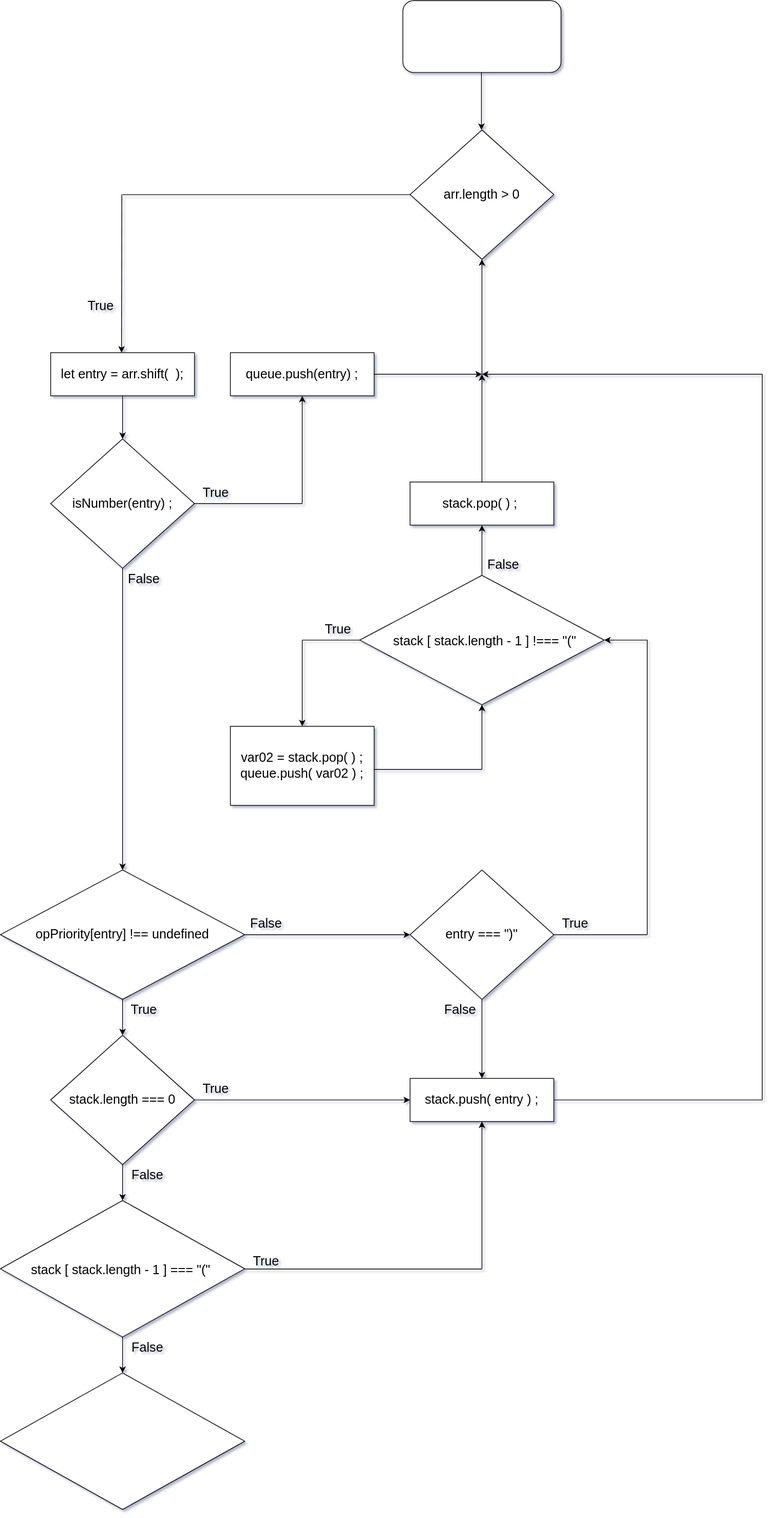
This is Untitled Diagram.drawio.svg from jcgm3205/jcgm3205, a draw.io export, as it was before one commit. Source tidied: cells renumbered, new cells last; positions are measured from the earlier drawing's top-left corner, leaving out a move shared by most shapes.
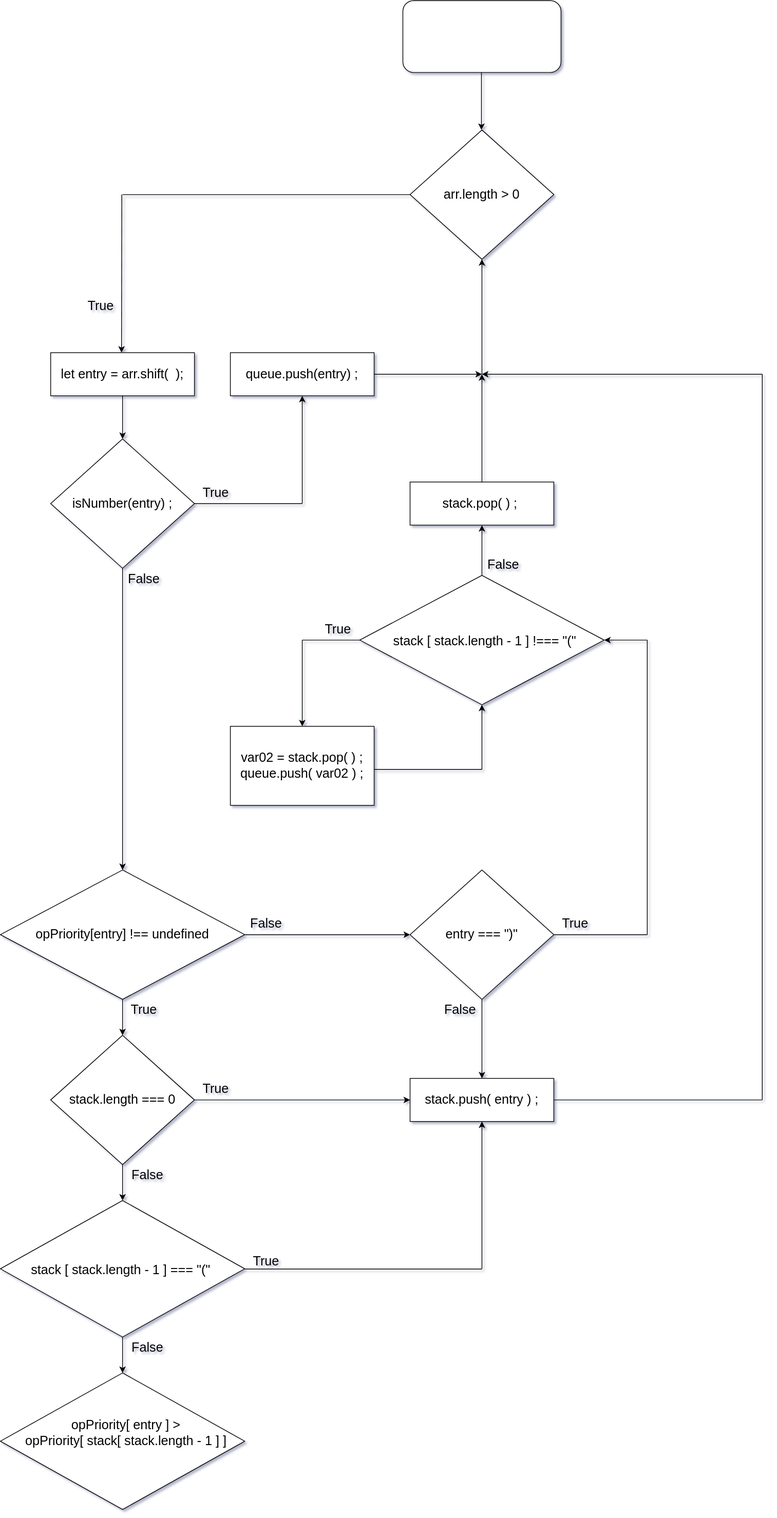
The same diagram one commit later.

Change to the diagram source:
```diff
@@ -272,5 +272,8 @@
     <mxCell id="68" style="rhombus;whiteSpace=wrap;html=1;fontSize=14;" parent="1" vertex="1">
       <mxGeometry y="1910" width="340" height="190" as="geometry" />
     </mxCell>
+    <mxCell id="69" value="opPriority[ entry ] &amp;gt; &lt;br&gt;opPriority[ stack[ stack.length - 1 ] ]&lt;br&gt;&amp;nbsp;" style="text;html=1;strokeColor=none;fillColor=none;align=center;verticalAlign=middle;whiteSpace=wrap;rounded=0;fontSize=18;" parent="1" vertex="1">
+      <mxGeometry x="30" y="1910" width="290" height="190" as="geometry" />
+    </mxCell>
   </root>
 </mxGraphModel>
```
